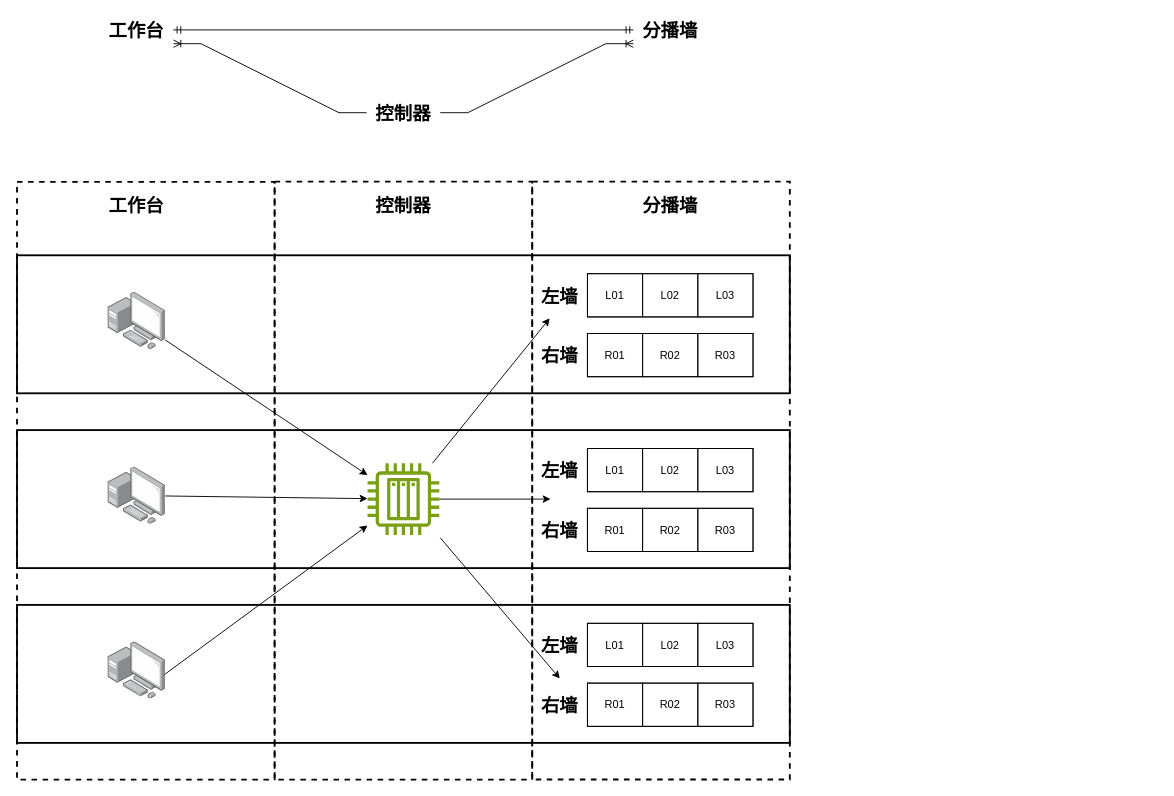
Before: page "工作台-控制器-分播墙-格口关系" (6 of 7) of diagrams/电子标签.drawio in libo9527/static, a draw.io diagram. Source tidied: cells renumbered, new cells numbered last; positions are measured from the earlier drawing's top-left corner, leaving out a move shared by most shapes. Both pictures are drawn from the tidied source at 92%, with x=0, y=0 at pixel (17, 16).
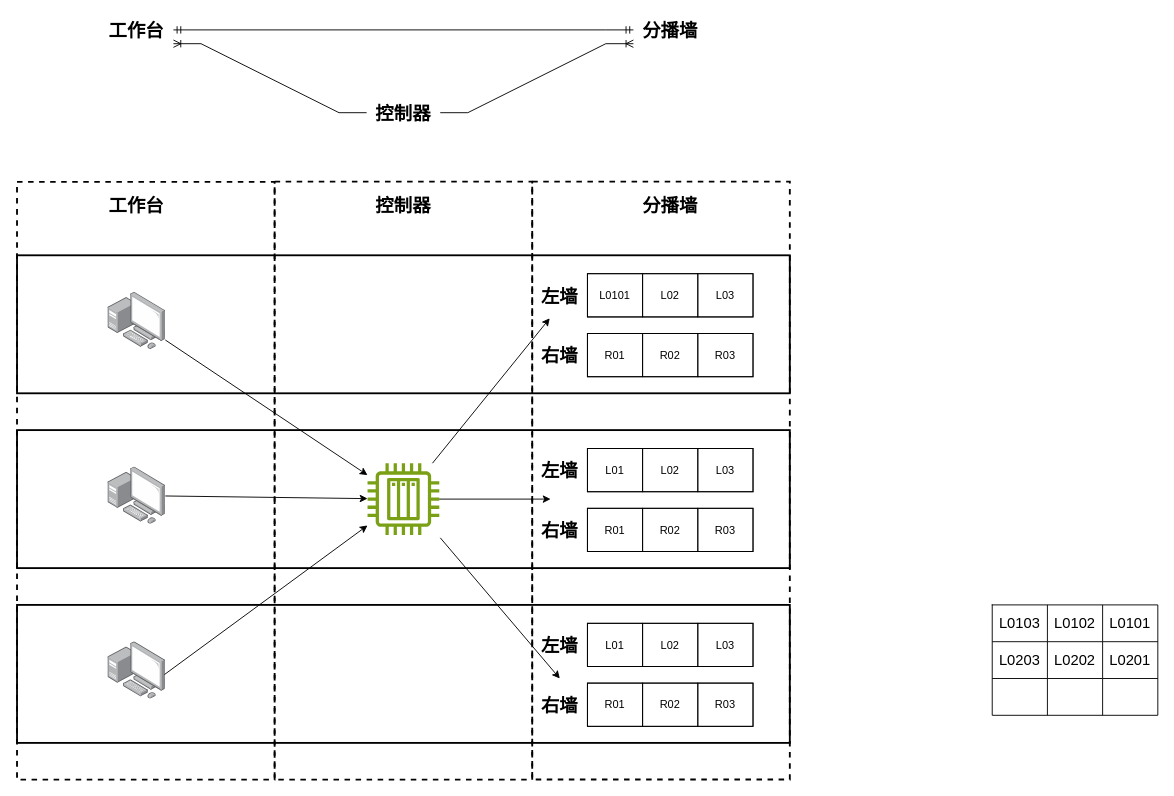
After the change.

Unchanged cells that the change refers to:
```xml
<mxCell id="8" style="shape=tableRow;horizontal=0;startSize=0;swimlaneHead=0;swimlaneBody=0;top=0;left=0;bottom=0;right=0;fontStyle=0;fillColor=none;strokeColor=inherit;" parent="7" vertex="1">
  <mxGeometry width="180" height="47" as="geometry" />
</mxCell>
```

The edit, as a diff of the source:
```diff
@@
-    <mxCell id="9" value="L01" style="strokeColor=inherit;fillColor=none;align=center;whiteSpace=wrap;html=1;" parent="8" vertex="1">
+    <mxCell id="9" value="L0101" style="strokeColor=inherit;fillColor=none;align=center;whiteSpace=wrap;html=1;" parent="8" vertex="1">
       <mxGeometry width="60" height="47" as="geometry" />
     </mxCell>
@@
+    <mxCell id="63" style="shape=table;startSize=0;childLayout=tableLayout;fontSize=16;" parent="1" vertex="1">
+      <mxGeometry x="1060" y="640" width="180" height="120" as="geometry" />
+    </mxCell>
+    <mxCell id="64" style="shape=tableRow;horizontal=0;startSize=0;swimlaneHead=0;swimlaneBody=0;strokeColor=inherit;top=0;left=0;bottom=0;right=0;fillColor=none;fontSize=16;" parent="63" vertex="1">
+      <mxGeometry width="180" height="40" as="geometry" />
+    </mxCell>
+    <mxCell id="65" value="L0103" style="shape=partialRectangle;html=1;whiteSpace=wrap;strokeColor=inherit;overflow=hidden;fillColor=none;top=0;left=0;bottom=0;right=0;fontSize=16;" parent="64" vertex="1">
+      <mxGeometry width="60" height="40" as="geometry" />
+    </mxCell>
+    <mxCell id="66" value="L0102" style="shape=partialRectangle;html=1;whiteSpace=wrap;strokeColor=inherit;overflow=hidden;fillColor=none;top=0;left=0;bottom=0;right=0;fontSize=16;" parent="64" vertex="1">
+      <mxGeometry x="60" width="60" height="40" as="geometry" />
+    </mxCell>
+    <mxCell id="67" value="L0101" style="shape=partialRectangle;html=1;whiteSpace=wrap;strokeColor=inherit;overflow=hidden;fillColor=none;top=0;left=0;bottom=0;right=0;fontSize=16;" parent="64" vertex="1">
+      <mxGeometry x="120" width="60" height="40" as="geometry" />
+    </mxCell>
+    <mxCell id="68" style="shape=tableRow;horizontal=0;startSize=0;swimlaneHead=0;swimlaneBody=0;strokeColor=inherit;top=0;left=0;bottom=0;right=0;fillColor=none;fontSize=16;" parent="63" vertex="1">
+      <mxGeometry y="40" width="180" height="40" as="geometry" />
+    </mxCell>
+    <mxCell id="69" value="L0203" style="shape=partialRectangle;html=1;whiteSpace=wrap;strokeColor=inherit;overflow=hidden;fillColor=none;top=0;left=0;bottom=0;right=0;fontSize=16;" parent="68" vertex="1">
+      <mxGeometry width="60" height="40" as="geometry" />
+    </mxCell>
+    <mxCell id="70" value="L0202" style="shape=partialRectangle;html=1;whiteSpace=wrap;strokeColor=inherit;overflow=hidden;fillColor=none;top=0;left=0;bottom=0;right=0;fontSize=16;" parent="68" vertex="1">
+      <mxGeometry x="60" width="60" height="40" as="geometry" />
+    </mxCell>
+    <mxCell id="71" value="L0201" style="shape=partialRectangle;html=1;whiteSpace=wrap;strokeColor=inherit;overflow=hidden;fillColor=none;top=0;left=0;bottom=0;right=0;fontSize=16;" parent="68" vertex="1">
+      <mxGeometry x="120" width="60" height="40" as="geometry" />
+    </mxCell>
+    <mxCell id="72" style="shape=tableRow;horizontal=0;startSize=0;swimlaneHead=0;swimlaneBody=0;strokeColor=inherit;top=0;left=0;bottom=0;right=0;fillColor=none;fontSize=16;" parent="63" vertex="1">
+      <mxGeometry y="80" width="180" height="40" as="geometry" />
+    </mxCell>
+    <mxCell id="73" style="shape=partialRectangle;html=1;whiteSpace=wrap;strokeColor=inherit;overflow=hidden;fillColor=none;top=0;left=0;bottom=0;right=0;fontSize=16;" parent="72" vertex="1">
+      <mxGeometry width="60" height="40" as="geometry" />
+    </mxCell>
+    <mxCell id="74" style="shape=partialRectangle;html=1;whiteSpace=wrap;strokeColor=inherit;overflow=hidden;fillColor=none;top=0;left=0;bottom=0;right=0;fontSize=16;" parent="72" vertex="1">
+      <mxGeometry x="60" width="60" height="40" as="geometry" />
+    </mxCell>
+    <mxCell id="75" style="shape=partialRectangle;html=1;whiteSpace=wrap;strokeColor=inherit;overflow=hidden;fillColor=none;top=0;left=0;bottom=0;right=0;fontSize=16;" parent="72" vertex="1">
+      <mxGeometry x="120" width="60" height="40" as="geometry" />
+    </mxCell>
```
